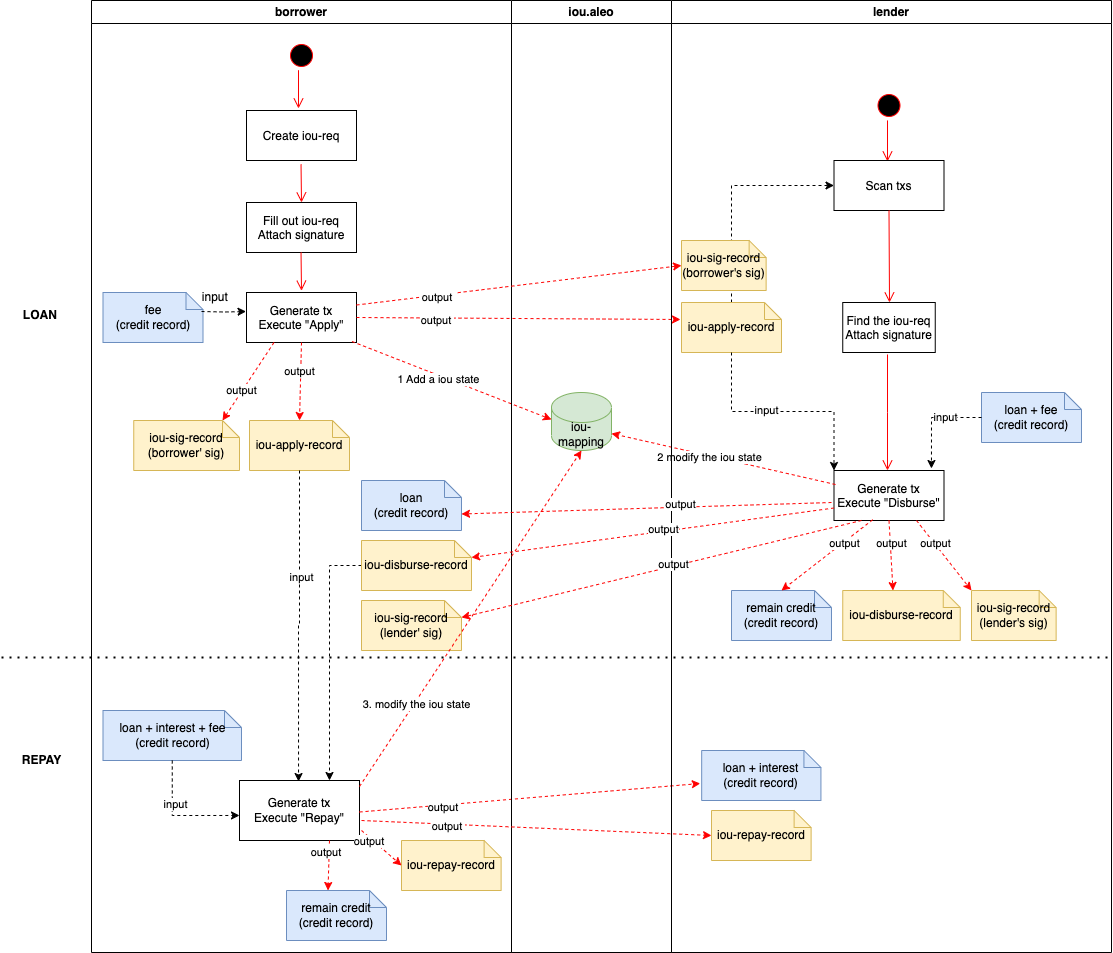
Before: aleo-lou.drawio.png, a diagram exported from draw.io (AleoIOU/AleoIOU). Source tidied: cells renumbered, new cells last; positions are measured from the earlier drawing's top-left corner, leaving out a move shared by most shapes.
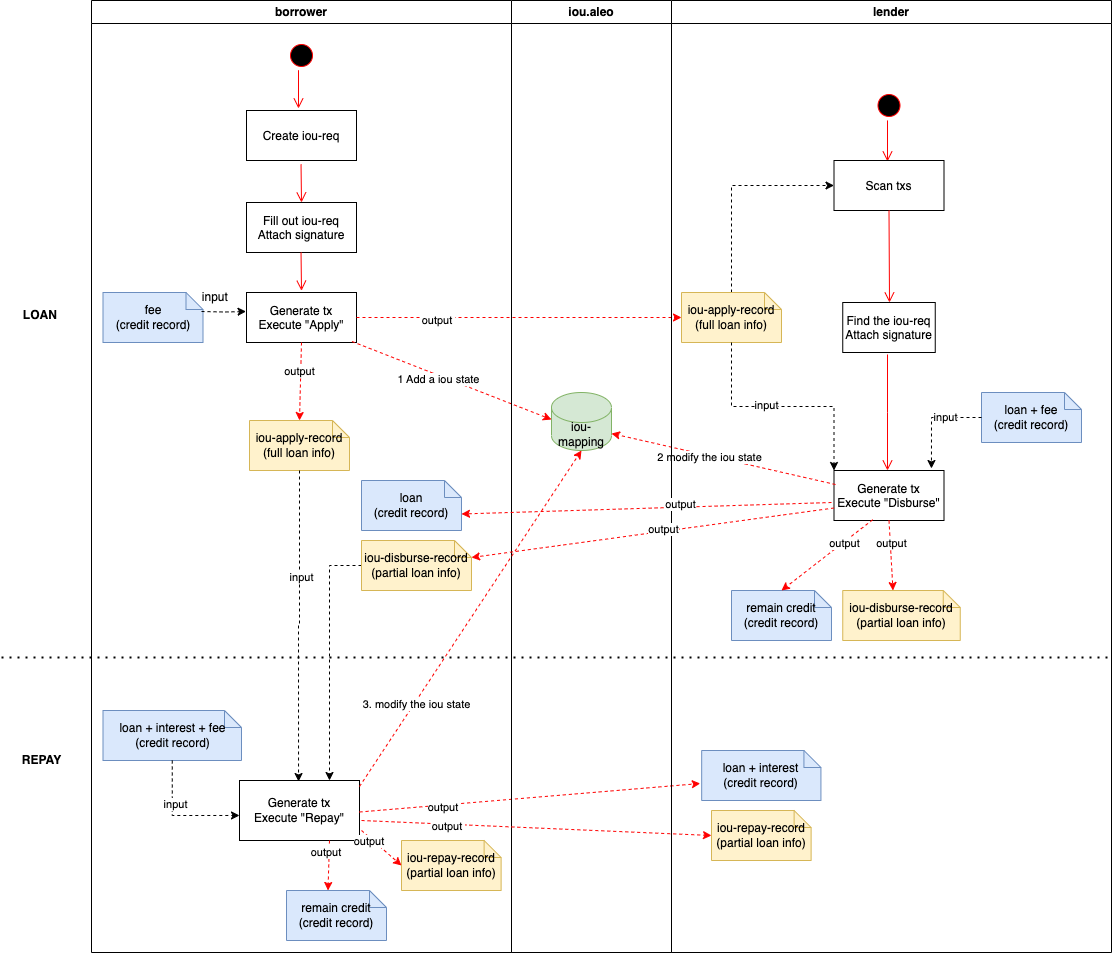
Later version of the same file.

The edit, as a diff of the source:
```diff
@@ -20,7 +20,7 @@
     <mxCell id="7" value="Generate tx&#10;Execute &quot;Apply&quot;" parent="2" vertex="1">
       <mxGeometry x="155" y="292" width="110" height="50" as="geometry" />
     </mxCell>
-    <mxCell id="8" value="iou-apply-record" style="shape=note;whiteSpace=wrap;size=17;fillColor=#fff2cc;strokeColor=#d6b656;" parent="2" vertex="1">
+    <mxCell id="8" value="iou-apply-record&#10;(full loan info)" style="shape=note;whiteSpace=wrap;size=17;fillColor=#fff2cc;strokeColor=#d6b656;" parent="2" vertex="1">
       <mxGeometry x="158" y="420" width="100" height="50" as="geometry" />
     </mxCell>
     <mxCell id="9" style="endArrow=classic;strokeColor=#FF0000;endFill=1;rounded=0;dashed=1;exitX=0.5;exitY=1;exitDx=0;exitDy=0;entryX=0.5;entryY=0;entryDx=0;entryDy=0;entryPerimeter=0;" parent="2" edge="1" source="7" target="8">
@@ -50,7 +50,7 @@
     <mxCell id="15" style="edgeStyle=orthogonalEdgeStyle;rounded=0;jettySize=auto;html=1;entryX=0.75;entryY=0;entryDx=0;entryDy=0;dashed=1;" parent="2" edge="1" source="16" target="19">
       <mxGeometry relative="1" as="geometry" />
     </mxCell>
-    <mxCell id="16" value="iou-disburse-record" style="shape=note;whiteSpace=wrap;size=17;fillColor=#fff2cc;strokeColor=#d6b656;" parent="2" vertex="1">
+    <mxCell id="16" value="iou-disburse-record&#10;(partial loan info)" style="shape=note;whiteSpace=wrap;size=17;fillColor=#fff2cc;strokeColor=#d6b656;fontStyle=0;" parent="2" vertex="1">
       <mxGeometry x="270" y="540" width="110" height="50" as="geometry" />
     </mxCell>
     <mxCell id="17" value="loan&#10;(credit record)" style="shape=note;whiteSpace=wrap;size=17;fillColor=#dae8fc;strokeColor=#6c8ebf;" parent="2" vertex="1">
@@ -88,7 +88,7 @@
     <mxCell id="26" value="output&amp;nbsp;" style="edgeLabel;html=1;align=center;verticalAlign=middle;" parent="25" vertex="1">
       <mxGeometry x="-0.5" y="-2" relative="1" as="geometry" />
     </mxCell>
-    <mxCell id="27" value="iou-repay-record" style="shape=note;whiteSpace=wrap;size=17;fillColor=#fff2cc;strokeColor=#d6b656;" parent="2" vertex="1">
+    <mxCell id="27" value="iou-repay-record&#10;(partial loan info)" style="shape=note;whiteSpace=wrap;size=17;fillColor=#fff2cc;strokeColor=#d6b656;" parent="2" vertex="1">
       <mxGeometry x="310" y="840" width="99.6" height="50" as="geometry" />
     </mxCell>
     <mxCell id="28" style="endArrow=classic;strokeColor=#FF0000;endFill=1;rounded=0;dashed=1;entryX=0;entryY=0.5;entryDx=0;entryDy=0;entryPerimeter=0;exitX=1.017;exitY=0.833;exitDx=0;exitDy=0;exitPerimeter=0;" parent="2" edge="1" source="19" target="27">
@@ -106,20 +106,6 @@
     <mxCell id="32" value="output&amp;nbsp;" style="edgeLabel;html=1;align=center;verticalAlign=middle;" parent="31" vertex="1">
       <mxGeometry x="-0.5" y="-2" relative="1" as="geometry" />
     </mxCell>
-    <mxCell id="33" value="iou-sig-record&#10;(borrower' sig)" style="shape=note;whiteSpace=wrap;size=17;fillColor=#fff2cc;strokeColor=#d6b656;" parent="2" vertex="1">
-      <mxGeometry x="42.2" y="420" width="105.8" height="50" as="geometry" />
-    </mxCell>
-    <mxCell id="34" style="endArrow=classic;strokeColor=#FF0000;endFill=1;rounded=0;dashed=1;exitX=0.25;exitY=1;exitDx=0;exitDy=0;entryX=0;entryY=0;entryDx=88.75;entryDy=0;entryPerimeter=0;" parent="2" edge="1" source="7" target="33">
-      <mxGeometry relative="1" as="geometry" />
-    </mxCell>
-    <mxCell id="35" value="output" style="edgeLabel;html=1;align=center;verticalAlign=middle;" parent="34" vertex="1">
-      <mxGeometry x="-0.25" y="-2" relative="1" as="geometry">
-        <mxPoint x="-12" y="19" as="offset" />
-      </mxGeometry>
-    </mxCell>
-    <mxCell id="36" value="iou-sig-record&#10;(lender' sig)" style="shape=note;whiteSpace=wrap;size=17;fillColor=#fff2cc;strokeColor=#d6b656;" parent="2" vertex="1">
-      <mxGeometry x="270" y="600" width="100" height="50" as="geometry" />
-    </mxCell>
     <mxCell id="37" value="lender" style="swimlane;whiteSpace=wrap;" parent="1" vertex="1">
       <mxGeometry x="670" width="440" height="952" as="geometry" />
     </mxCell>
@@ -138,8 +124,8 @@
     <mxCell id="42" style="edgeStyle=orthogonalEdgeStyle;rounded=0;jettySize=auto;html=1;exitX=0.5;exitY=0;exitDx=0;exitDy=0;exitPerimeter=0;entryX=0;entryY=0.5;entryDx=0;entryDy=0;dashed=1;" parent="37" edge="1" source="43" target="41">
       <mxGeometry relative="1" as="geometry" />
     </mxCell>
-    <mxCell id="43" value="iou-apply-record" style="shape=note;whiteSpace=wrap;size=17;fillColor=#fff2cc;strokeColor=#d6b656;" parent="37" vertex="1">
-      <mxGeometry x="10" y="302" width="100" height="50" as="geometry" />
+    <mxCell id="43" value="iou-apply-record&#10;(full loan info)" style="shape=note;whiteSpace=wrap;size=17;fillColor=#fff2cc;strokeColor=#d6b656;" parent="37" vertex="1">
+      <mxGeometry x="10" y="292" width="100" height="50" as="geometry" />
     </mxCell>
     <mxCell id="44" value="loan + fee&#10;(credit record)" style="shape=note;whiteSpace=wrap;size=17;fillColor=#dae8fc;strokeColor=#6c8ebf;" parent="37" vertex="1">
       <mxGeometry x="310" y="392" width="100" height="50" as="geometry" />
@@ -156,7 +142,7 @@
     <mxCell id="48" value="input" style="edgeLabel;html=1;align=center;verticalAlign=middle;" parent="47" vertex="1">
       <mxGeometry x="-0.15" y="2" relative="1" as="geometry" />
     </mxCell>
-    <mxCell id="49" value="iou-disburse-record" style="shape=note;whiteSpace=wrap;size=17;fillColor=#fff2cc;strokeColor=#d6b656;" parent="37" vertex="1">
+    <mxCell id="49" value="iou-disburse-record&#10;(partial loan info)" style="shape=note;whiteSpace=wrap;size=17;fillColor=#fff2cc;strokeColor=#d6b656;" parent="37" vertex="1">
       <mxGeometry x="171.2" y="590" width="117.5" height="50" as="geometry" />
     </mxCell>
     <mxCell id="50" style="endArrow=classic;strokeColor=#FF0000;endFill=1;rounded=0;dashed=1;exitX=0.5;exitY=1;exitDx=0;exitDy=0;entryX=0;entryY=0;entryDx=50.25;entryDy=0;entryPerimeter=0;" parent="37" edge="1" source="38" target="49">
@@ -173,7 +159,7 @@
         <mxPoint x="216" y="470" as="targetPoint" />
       </mxGeometry>
     </mxCell>
-    <mxCell id="53" value="iou-repay-record" style="shape=note;whiteSpace=wrap;size=17;fillColor=#fff2cc;strokeColor=#d6b656;" parent="37" vertex="1">
+    <mxCell id="53" value="iou-repay-record&#10;(partial loan info)" style="shape=note;whiteSpace=wrap;size=17;fillColor=#fff2cc;strokeColor=#d6b656;" parent="37" vertex="1">
       <mxGeometry x="40" y="810" width="99.6" height="50" as="geometry" />
     </mxCell>
     <mxCell id="54" value="loan + interest&#10;(credit record)" style="shape=note;whiteSpace=wrap;size=17;fillColor=#dae8fc;strokeColor=#6c8ebf;" parent="37" vertex="1">
@@ -190,27 +176,13 @@
         <mxPoint x="1" as="offset" />
       </mxGeometry>
     </mxCell>
-    <mxCell id="58" value="iou-sig-record&#10;(borrower's sig)" style="shape=note;whiteSpace=wrap;size=17;fillColor=#fff2cc;strokeColor=#d6b656;" parent="37" vertex="1">
-      <mxGeometry x="10" y="240" width="84.6" height="50" as="geometry" />
-    </mxCell>
     <mxCell id="59" style="edgeStyle=elbowEdgeStyle;elbow=horizontal;verticalAlign=bottom;endArrow=open;endSize=8;strokeColor=#FF0000;endFill=1;rounded=0;entryX=0.5;entryY=0;entryDx=0;entryDy=0;exitX=0.5;exitY=1;exitDx=0;exitDy=0;" parent="37" edge="1" source="41" target="39">
       <mxGeometry x="-477.5" y="-28" as="geometry" />
     </mxCell>
     <mxCell id="60" style="ellipse;shape=startState;fillColor=#000000;strokeColor=#ff0000;" parent="37" vertex="1">
       <mxGeometry x="202.5" y="90" width="30" height="30" as="geometry" />
     </mxCell>
-    <mxCell id="61" value="iou-sig-record&#10;(lender's sig)" style="shape=note;whiteSpace=wrap;size=17;fillColor=#fff2cc;strokeColor=#d6b656;" parent="37" vertex="1">
-      <mxGeometry x="300" y="590" width="84.6" height="50" as="geometry" />
-    </mxCell>
-    <mxCell id="62" style="endArrow=classic;strokeColor=#FF0000;endFill=1;rounded=0;dashed=1;exitX=0.75;exitY=1;exitDx=0;exitDy=0;entryX=0;entryY=0;entryDx=0;entryDy=0;entryPerimeter=0;" parent="37" edge="1" source="38" target="61">
-      <mxGeometry relative="1" as="geometry" />
-    </mxCell>
-    <mxCell id="63" value="output" style="edgeLabel;html=1;align=center;verticalAlign=middle;" parent="62" vertex="1">
-      <mxGeometry x="-0.34" relative="1" as="geometry">
-        <mxPoint x="1" as="offset" />
-      </mxGeometry>
-    </mxCell>
-    <mxCell id="64" style="endArrow=classic;strokeColor=#FF0000;endFill=1;rounded=0;dashed=1;entryX=-0.01;entryY=0.34;entryDx=0;entryDy=0;entryPerimeter=0;exitX=1;exitY=0.5;exitDx=0;exitDy=0;" parent="1" edge="1" source="7" target="43">
+    <mxCell id="64" style="endArrow=classic;strokeColor=#FF0000;endFill=1;rounded=0;dashed=1;entryX=0;entryY=0.5;entryDx=0;entryDy=0;entryPerimeter=0;exitX=1;exitY=0.5;exitDx=0;exitDy=0;" parent="1" edge="1" source="7" target="43">
       <mxGeometry relative="1" as="geometry" />
     </mxCell>
     <mxCell id="65" value="output&amp;nbsp;" style="edgeLabel;html=1;align=center;verticalAlign=middle;" parent="64" vertex="1">
@@ -277,17 +249,5 @@
     <mxCell id="82" value="output&amp;nbsp;" style="edgeLabel;html=1;align=center;verticalAlign=middle;" parent="81" vertex="1">
       <mxGeometry x="-0.5" y="-2" relative="1" as="geometry" />
     </mxCell>
-    <mxCell id="83" style="endArrow=classic;strokeColor=#FF0000;endFill=1;rounded=0;dashed=1;entryX=0;entryY=0.5;entryDx=0;entryDy=0;entryPerimeter=0;exitX=1;exitY=0.25;exitDx=0;exitDy=0;" parent="1" edge="1" source="7" target="58">
-      <mxGeometry relative="1" as="geometry" />
-    </mxCell>
-    <mxCell id="84" value="output&amp;nbsp;" style="edgeLabel;html=1;align=center;verticalAlign=middle;" parent="83" vertex="1">
-      <mxGeometry x="-0.5" y="-2" relative="1" as="geometry" />
-    </mxCell>
-    <mxCell id="85" style="endArrow=classic;strokeColor=#FF0000;endFill=1;rounded=0;dashed=1;entryX=0;entryY=0;entryDx=100;entryDy=17;entryPerimeter=0;exitX=0.25;exitY=1;exitDx=0;exitDy=0;" parent="1" edge="1" source="38" target="36">
-      <mxGeometry relative="1" as="geometry" />
-    </mxCell>
-    <mxCell id="86" value="output" style="edgeLabel;html=1;align=center;verticalAlign=middle;" parent="85" vertex="1">
-      <mxGeometry x="-0.06" y="-2" relative="1" as="geometry" />
-    </mxCell>
   </root>
 </mxGraphModel>
```
